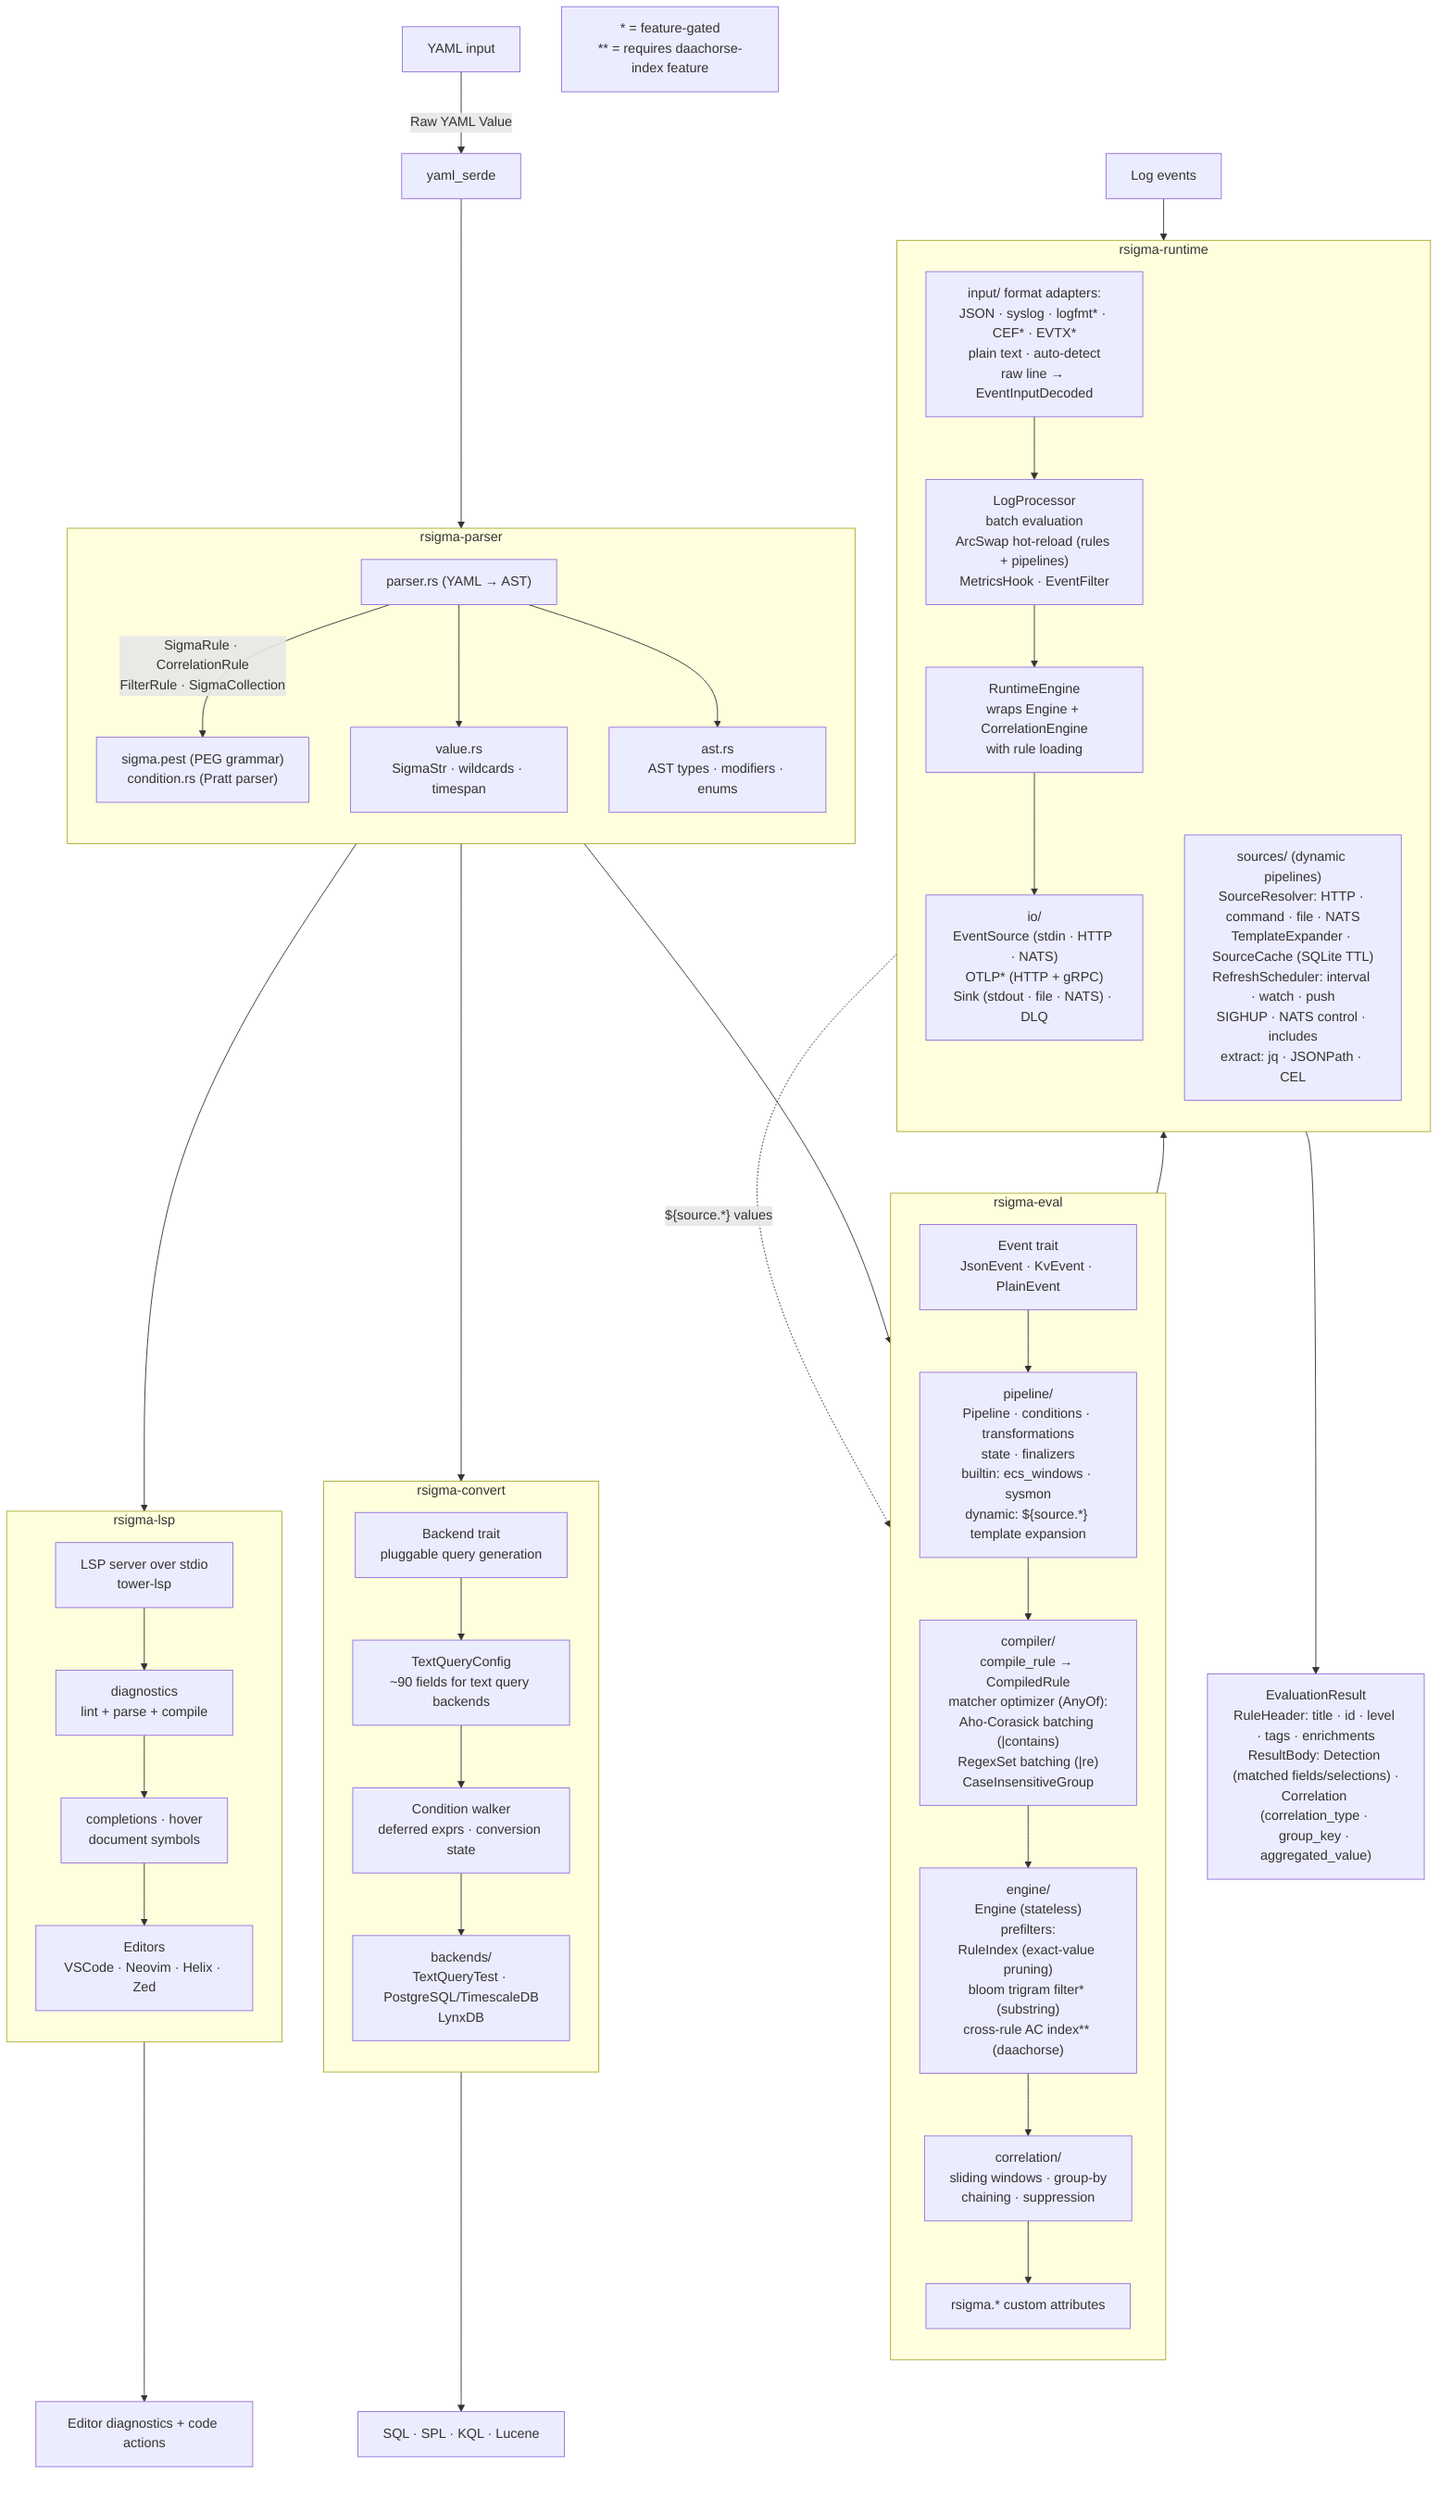
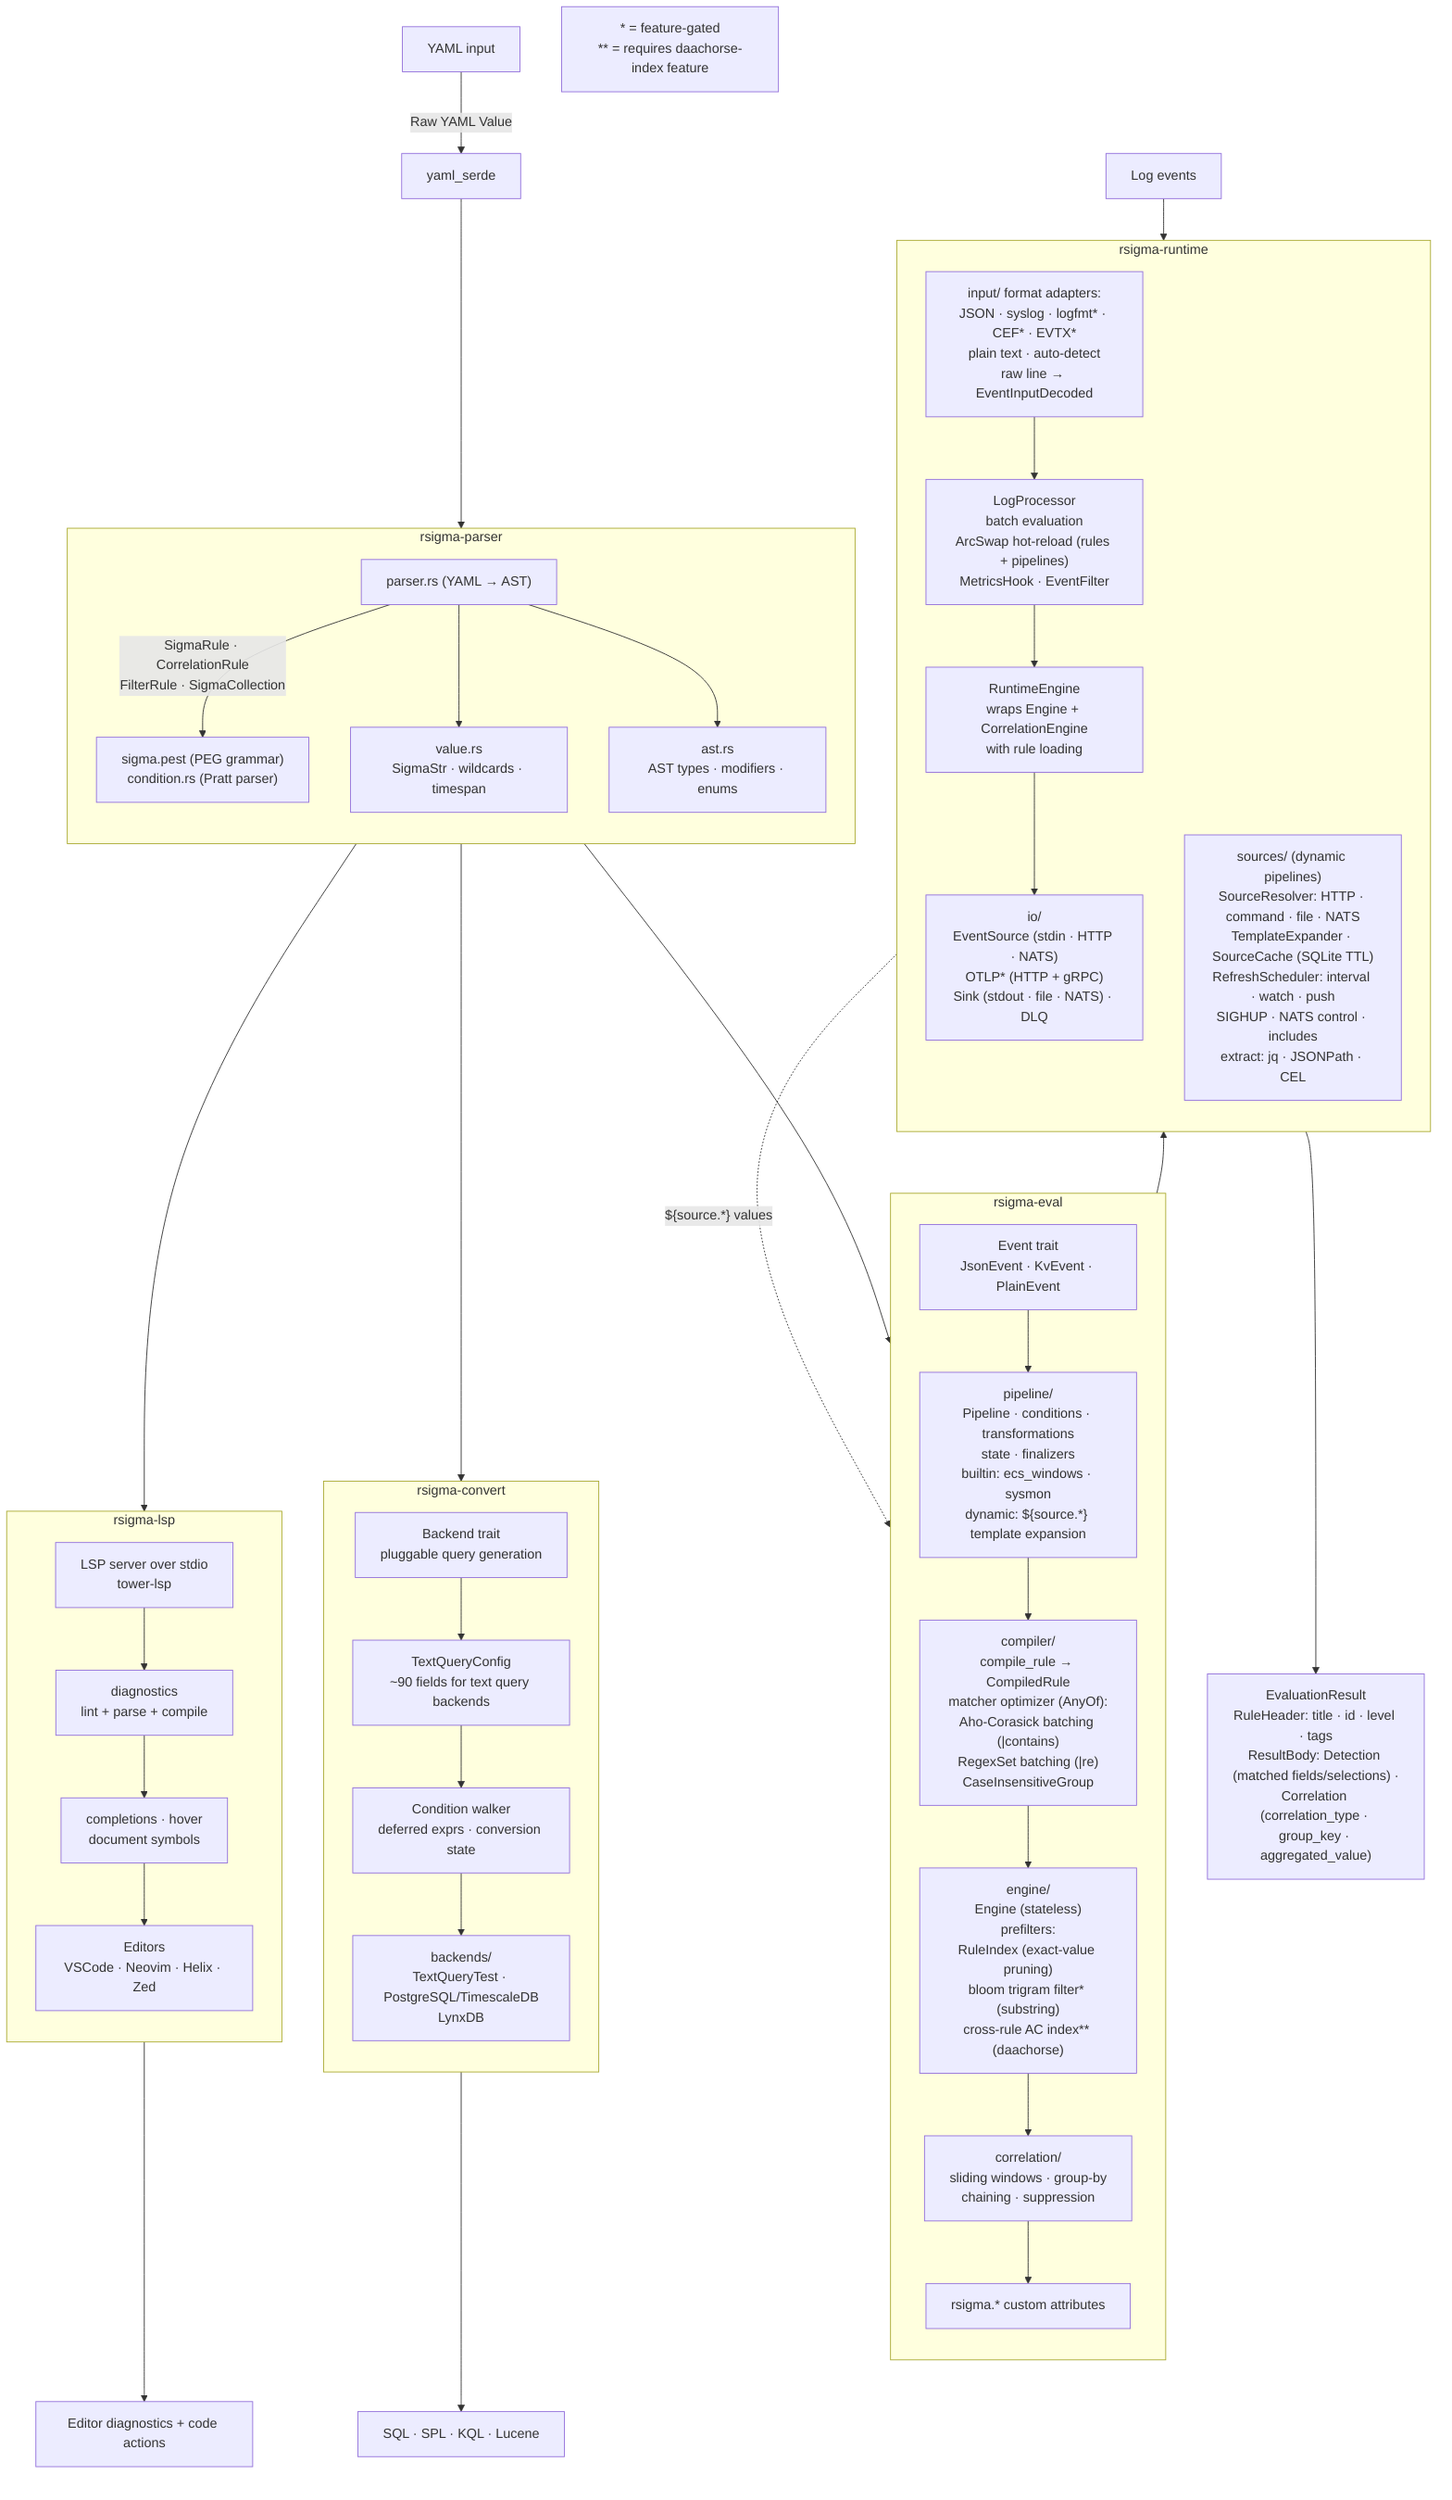
flowchart TD
    YAML["YAML input"]
    SERDE["yaml_serde"]
    EVENTS["Log events"]
-     OUTPUT["EvaluationResult\nRuleHeader: title · id · level · tags · enrichments\nResultBody: Detection (matched fields/selections) ·\nCorrelation (correlation_type · group_key · aggregated_value)"]
+     OUTPUT["EvaluationResult\nRuleHeader: title · id · level · tags\nResultBody: Detection (matched fields/selections) ·\nCorrelation (correlation_type · group_key · aggregated_value)"]
    QUERIES["SQL · SPL · KQL · Lucene"]
    EDITOR["Editor diagnostics + code actions"]
    LEGEND["* = feature-gated\n** = requires daachorse-index feature"]

    subgraph rsigma-parser
        direction TB
        PARSE["parser.rs (YAML → AST)"] -->|"SigmaRule · CorrelationRule\nFilterRule · SigmaCollection"| PEST["sigma.pest (PEG grammar)\ncondition.rs (Pratt parser)"]
        PARSE --> VALUE["value.rs\nSigmaStr · wildcards · timespan"]
        PARSE --> AST["ast.rs\nAST types · modifiers · enums"]
    end

    subgraph rsigma-eval
        direction TB
        ETRAIT["Event trait\nJsonEvent · KvEvent · PlainEvent"]
        ETRAIT --> EPIPE["pipeline/\nPipeline · conditions · transformations\nstate · finalizers\nbuiltin: ecs_windows · sysmon\ndynamic: ${source.*} template expansion"]
        EPIPE --> ECOMP["compiler/\ncompile_rule → CompiledRule\nmatcher optimizer (AnyOf):\nAho-Corasick batching (|contains)\nRegexSet batching (|re)\nCaseInsensitiveGroup"]
        ECOMP --> EENG["engine/\nEngine (stateless)\nprefilters:\nRuleIndex (exact-value pruning)\nbloom trigram filter* (substring)\ncross-rule AC index** (daachorse)"]
        EENG --> ECORR["correlation/\nsliding windows · group-by\nchaining · suppression"]
        ECORR --> ECUST["rsigma.* custom attributes"]
    end

    subgraph rsigma-convert
        direction TB
        CBACK["Backend trait\npluggable query generation"]
        CBACK --> CTQC["TextQueryConfig\n~90 fields for text query backends"]
        CTQC --> CWALK["Condition walker\ndeferred exprs · conversion state"]
        CWALK --> CENDS["backends/\nTextQueryTest · PostgreSQL/TimescaleDB\nLynxDB"]
    end

    subgraph rsigma-lsp
        direction TB
        LSERV["LSP server over stdio\ntower-lsp"]
        LSERV --> LDIAG["diagnostics\nlint + parse + compile"]
        LDIAG --> LFEAT["completions · hover\ndocument symbols"]
        LFEAT --> LEDIT["Editors\nVSCode · Neovim · Helix · Zed"]
    end

    subgraph rsigma-runtime
        direction TB
        RINPUT["input/ format adapters:\nJSON · syslog · logfmt* · CEF* · EVTX*\nplain text · auto-detect\nraw line → EventInputDecoded"]
        RINPUT --> RPROC["LogProcessor\nbatch evaluation\nArcSwap hot-reload (rules + pipelines)\nMetricsHook · EventFilter"]
        RPROC --> RENG["RuntimeEngine\nwraps Engine + CorrelationEngine\nwith rule loading"]
        RENG --> RIO["io/\nEventSource (stdin · HTTP · NATS)\nOTLP* (HTTP + gRPC)\nSink (stdout · file · NATS) · DLQ"]
        RSRC["sources/ (dynamic pipelines)\nSourceResolver: HTTP · command · file · NATS\nTemplateExpander · SourceCache (SQLite TTL)\nRefreshScheduler: interval · watch · push\nSIGHUP · NATS control · includes\nextract: jq · JSONPath · CEL"]
    end

    YAML -->|"Raw YAML Value"| SERDE
    SERDE --> PARSE
    PEST --> ETRAIT
    PEST --> CBACK
    PEST --> LSERV
    ECUST --> RENG
    EVENTS --> RINPUT
    RIO --> OUTPUT
    CENDS --> QUERIES
    LEDIT --> EDITOR
    RSRC -.->|"${source.*} values"| EPIPE
